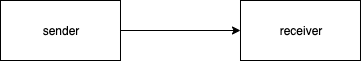
This is basic-concurrency/concurrency-basic.png from bmfbp/arrowgrams, a draw.io export, as it was before one commit. Source tidied: cells renumbered, new cells last; positions are measured from the earlier drawing's top-left corner, leaving out a move shared by most shapes. Its diagram source:
```xml
<mxGraphModel>
  <root>
    <mxCell id="0" />
    <mxCell id="1" parent="0" />
    <mxCell id="2" style="edgeStyle=orthogonalEdgeStyle;rounded=0;jettySize=auto;html=1;" parent="1" edge="1" source="3" target="4">
      <mxGeometry relative="1" as="geometry" />
    </mxCell>
    <mxCell id="3" value="sender" style="rounded=0;whiteSpace=wrap;html=1;" parent="1" vertex="1">
      <mxGeometry width="120" height="60" as="geometry" />
    </mxCell>
    <mxCell id="4" value="receiver" style="rounded=0;whiteSpace=wrap;html=1;" parent="1" vertex="1">
      <mxGeometry x="240" width="120" height="60" as="geometry" />
    </mxCell>
  </root>
</mxGraphModel>
```
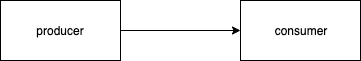
The same file after the commit.

Change to the diagram source:
```diff
@@ -5,10 +5,10 @@
     <mxCell id="2" style="edgeStyle=orthogonalEdgeStyle;rounded=0;jettySize=auto;html=1;" parent="1" edge="1" source="3" target="4">
       <mxGeometry relative="1" as="geometry" />
     </mxCell>
-    <mxCell id="3" value="sender" style="rounded=0;whiteSpace=wrap;html=1;" parent="1" vertex="1">
+    <mxCell id="3" value="producer" style="rounded=0;whiteSpace=wrap;html=1;" parent="1" vertex="1">
       <mxGeometry width="120" height="60" as="geometry" />
     </mxCell>
-    <mxCell id="4" value="receiver" style="rounded=0;whiteSpace=wrap;html=1;" parent="1" vertex="1">
+    <mxCell id="4" value="consumer" style="rounded=0;whiteSpace=wrap;html=1;" parent="1" vertex="1">
       <mxGeometry x="240" width="120" height="60" as="geometry" />
     </mxCell>
   </root>
```
